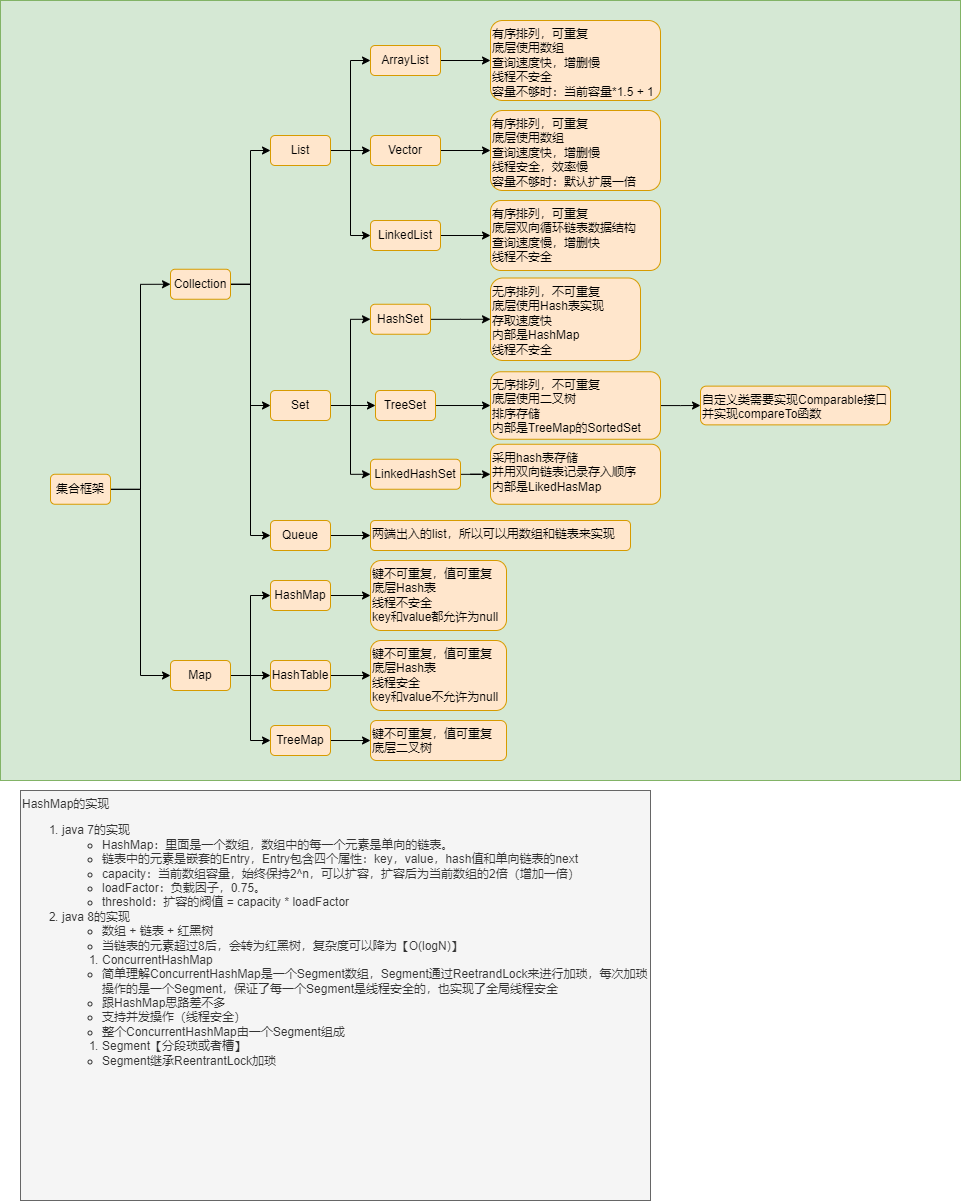
This is java/Java集合.png from lore-study/java-picture-bed, a draw.io export, as it was before one commit. Source tidied: cells renumbered, new cells last; positions are measured from the earlier drawing's top-left corner, leaving out a move shared by most shapes.
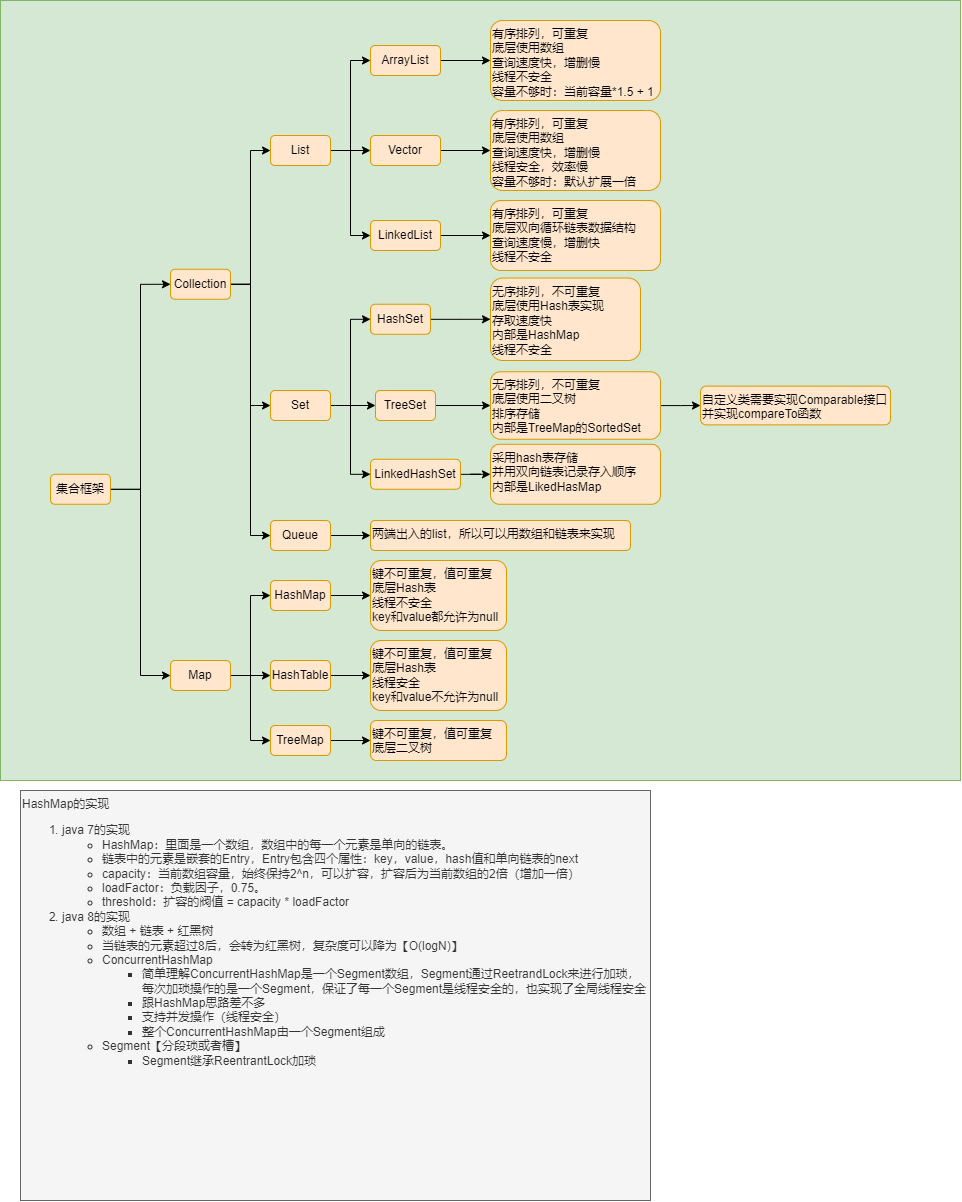
After the change.

Diff of the diagram source:
```diff
@@ -158,7 +158,7 @@
     <mxCell id="53" value="自定义类需要实现Comparable接口&lt;br&gt;并实现compareTo函数" style="rounded=1;whiteSpace=wrap;html=1;fillColor=#ffe6cc;strokeColor=#d79b00;align=left;verticalAlign=top;" parent="1" vertex="1">
       <mxGeometry x="700" y="385.6" width="190" height="38.8" as="geometry" />
     </mxCell>
-    <mxCell id="54" value="HashMap的实现&lt;br&gt;&lt;ol&gt;&lt;li&gt;java 7的实现&lt;/li&gt;&lt;ul&gt;&lt;li&gt;&lt;span&gt;HashMap：里面是一个数组，数组中的每一个元素是单向的链表。&lt;/span&gt;&lt;/li&gt;&lt;li&gt;链表中的元素是嵌套的Entry，Entry包含四个属性：key，value，hash值和单向链表的next&lt;/li&gt;&lt;li&gt;capacity：当前数组容量，始终保持2^n，可以扩容，扩容后为当前数组的2倍（增加一倍）&lt;/li&gt;&lt;li&gt;loadFactor：负载因子，0.75。&lt;/li&gt;&lt;li&gt;threshold：扩容的阀值 = capacity * loadFactor&lt;/li&gt;&lt;/ul&gt;&lt;li&gt;java 8的实现&lt;/li&gt;&lt;ul&gt;&lt;li&gt;数组 + 链表 + 红黑树&lt;/li&gt;&lt;li&gt;当链表的元素超过8后，会转为红黑树，复杂度可以降为【O(logN)】&lt;/li&gt;&lt;/ul&gt;&lt;ol&gt;&lt;li&gt;ConcurrentHashMap&lt;/li&gt;&lt;/ol&gt;&lt;ul&gt;&lt;li&gt;&lt;span&gt;简单理解ConcurrentHashMap是一个Segment数组，Segment通过ReetrandLock来进行加琐，每次加琐操作的是一个Segment，保证了每一个Segment是线程安全的，也实现了全局线程安全&lt;/span&gt;&lt;/li&gt;&lt;li&gt;跟HashMap思路差不多&lt;/li&gt;&lt;li&gt;支持并发操作（线程安全）&lt;/li&gt;&lt;li&gt;整个ConcurrentHashMap由一个Segment组成&lt;/li&gt;&lt;/ul&gt;&lt;ol&gt;&lt;li&gt;&lt;span&gt;Segment【分段琐或者槽】&lt;/span&gt;&lt;/li&gt;&lt;/ol&gt;&lt;ul&gt;&lt;li&gt;&lt;span&gt;Segment继承ReentrantLock加琐&lt;/span&gt;&lt;/li&gt;&lt;/ul&gt;&lt;/ol&gt;" style="rounded=0;whiteSpace=wrap;html=1;fillColor=#f5f5f5;fontColor=#333333;strokeColor=#666666;align=left;verticalAlign=top;" parent="1" vertex="1">
+    <mxCell id="54" value="HashMap的实现&lt;br&gt;&lt;ol&gt;&lt;li&gt;java 7的实现&lt;/li&gt;&lt;ul&gt;&lt;li&gt;&lt;span&gt;HashMap：里面是一个数组，数组中的每一个元素是单向的链表。&lt;/span&gt;&lt;/li&gt;&lt;li&gt;链表中的元素是嵌套的Entry，Entry包含四个属性：key，value，hash值和单向链表的next&lt;/li&gt;&lt;li&gt;capacity：当前数组容量，始终保持2^n，可以扩容，扩容后为当前数组的2倍（增加一倍）&lt;/li&gt;&lt;li&gt;loadFactor：负载因子，0.75。&lt;/li&gt;&lt;li&gt;threshold：扩容的阀值 = capacity * loadFactor&lt;/li&gt;&lt;/ul&gt;&lt;li&gt;java 8的实现&lt;/li&gt;&lt;ul&gt;&lt;li&gt;数组 + 链表 + 红黑树&lt;/li&gt;&lt;li&gt;当链表的元素超过8后，会转为红黑树，复杂度可以降为【O(logN)】&lt;/li&gt;&lt;li&gt;ConcurrentHashMap&lt;/li&gt;&lt;/ul&gt;&lt;ol&gt;&lt;ul&gt;&lt;li&gt;简单理解ConcurrentHashMap是一个Segment数组，Segment通过ReetrandLock来进行加琐，每次加琐操作的是一个Segment，保证了每一个Segment是线程安全的，也实现了全局线程安全&lt;br&gt;&lt;/li&gt;&lt;li&gt;跟HashMap思路差不多&lt;/li&gt;&lt;li&gt;支持并发操作（线程安全）&lt;/li&gt;&lt;li&gt;整个ConcurrentHashMap由一个Segment组成&lt;/li&gt;&lt;/ul&gt;&lt;/ol&gt;&lt;ul&gt;&lt;li&gt;&lt;span&gt;Segment【分段琐或者槽】&lt;/span&gt;&lt;br&gt;&lt;/li&gt;&lt;ul&gt;&lt;li&gt;&lt;span&gt;Segment继承ReentrantLock加琐&lt;/span&gt;&lt;/li&gt;&lt;/ul&gt;&lt;/ul&gt;&lt;/ol&gt;" style="rounded=0;whiteSpace=wrap;html=1;fillColor=#f5f5f5;fontColor=#333333;strokeColor=#666666;align=left;verticalAlign=top;" parent="1" vertex="1">
       <mxGeometry x="20" y="790" width="630" height="410" as="geometry" />
     </mxCell>
   </root>
```
